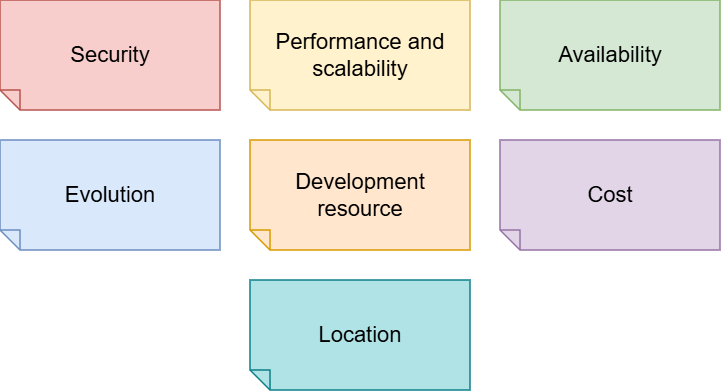
This is chapter-13/figure-13.02.drawio.png from software-architecture-guild/modeling-software-architecture, a draw.io export, as it was before one commit. Source tidied: cells renumbered, new cells last; positions are measured from the earlier drawing's top-left corner, leaving out a move shared by most shapes.
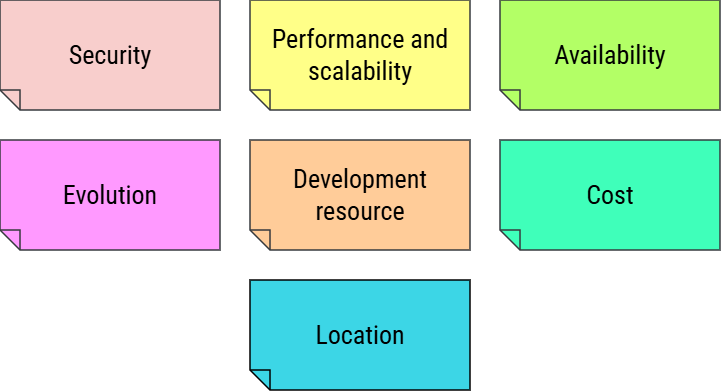
Later version of the same file.

What changed in the source:
```diff
@@ -1,26 +1,26 @@
 <mxGraphModel background="#ffffff">
   <root>
     <mxCell id="0" />
-    <mxCell id="1" parent="0" />
+    <mxCell id="1" value="Base Layer" parent="0" />
-    <mxCell id="2" value="Security" style="shape=note;whiteSpace=wrap;html=1;backgroundOutline=1;fillColor=#f8cecc;strokeColor=#b85450;direction=west;size=20;shadow=0;fontFamily=Arial;fontSize=22;align=center;verticalAlign=middle;spacing=12;strokeWidth=1.5;" parent="1" vertex="1">
+    <mxCell id="2" value="Security" style="shape=note;whiteSpace=wrap;html=1;backgroundOutline=1;fillColor=#F8CECC;strokeColor=#36393d;direction=west;size=20;shadow=0;fontFamily=Roboto Condensed;fontSize=26;align=center;verticalAlign=middle;spacing=12;strokeWidth=1.5;fontSource=https%3A%2F%2Ffonts.googleapis.com%2Fcss%3Ffamily%3DRoboto%2BCondensed;" parent="1" vertex="1">
       <mxGeometry width="220" height="110" as="geometry" />
     </mxCell>
-    <mxCell id="3" value="Performance and&lt;br&gt;scalability" style="shape=note;whiteSpace=wrap;html=1;backgroundOutline=1;fillColor=#fff2cc;strokeColor=#d6b656;direction=west;size=20;shadow=0;fontFamily=Arial;fontSize=22;align=center;verticalAlign=middle;spacing=12;strokeWidth=1.5;" parent="1" vertex="1">
+    <mxCell id="3" value="Performance and&lt;br&gt;scalability" style="shape=note;whiteSpace=wrap;html=1;backgroundOutline=1;fillColor=#ffff88;strokeColor=#36393d;direction=west;size=20;shadow=0;fontFamily=Roboto Condensed;fontSize=26;align=center;verticalAlign=middle;spacing=12;strokeWidth=1.5;fontSource=https%3A%2F%2Ffonts.googleapis.com%2Fcss%3Ffamily%3DRoboto%2BCondensed;" parent="1" vertex="1">
       <mxGeometry x="250" width="220" height="110" as="geometry" />
     </mxCell>
-    <mxCell id="4" value="Availability" style="shape=note;whiteSpace=wrap;html=1;backgroundOutline=1;fillColor=#d5e8d4;strokeColor=#82b366;direction=west;size=20;shadow=0;fontFamily=Arial;fontSize=22;align=center;verticalAlign=middle;spacing=12;strokeWidth=1.5;" parent="1" vertex="1">
+    <mxCell id="4" value="Availability" style="shape=note;whiteSpace=wrap;html=1;backgroundOutline=1;fillColor=#B3FF66;strokeColor=#36393d;direction=west;size=20;shadow=0;fontFamily=Roboto Condensed;fontSize=26;align=center;verticalAlign=middle;spacing=12;strokeWidth=1.5;fontSource=https%3A%2F%2Ffonts.googleapis.com%2Fcss%3Ffamily%3DRoboto%2BCondensed;" parent="1" vertex="1">
       <mxGeometry x="500" width="220" height="110" as="geometry" />
     </mxCell>
-    <mxCell id="5" value="Evolution" style="shape=note;whiteSpace=wrap;html=1;backgroundOutline=1;fillColor=#dae8fc;strokeColor=#6c8ebf;direction=west;size=20;shadow=0;fontFamily=Arial;fontSize=22;align=center;verticalAlign=middle;spacing=12;strokeWidth=1.5;" parent="1" vertex="1">
+    <mxCell id="5" value="Evolution" style="shape=note;whiteSpace=wrap;html=1;backgroundOutline=1;fillColor=#FF99FF;strokeColor=#36393d;direction=west;size=20;shadow=0;fontFamily=Roboto Condensed;fontSize=26;align=center;verticalAlign=middle;spacing=12;strokeWidth=1.5;fontSource=https%3A%2F%2Ffonts.googleapis.com%2Fcss%3Ffamily%3DRoboto%2BCondensed;" parent="1" vertex="1">
       <mxGeometry y="140" width="220" height="110" as="geometry" />
     </mxCell>
-    <mxCell id="6" value="Development&lt;br&gt;resource" style="shape=note;whiteSpace=wrap;html=1;backgroundOutline=1;fillColor=#ffe6cc;strokeColor=#d79b00;direction=west;size=20;shadow=0;fontFamily=Arial;fontSize=22;align=center;verticalAlign=middle;spacing=12;strokeWidth=1.5;" parent="1" vertex="1">
+    <mxCell id="6" value="Development&lt;br&gt;resource" style="shape=note;whiteSpace=wrap;html=1;backgroundOutline=1;fillColor=#ffcc99;strokeColor=#36393d;direction=west;size=20;shadow=0;fontFamily=Roboto Condensed;fontSize=26;align=center;verticalAlign=middle;spacing=12;strokeWidth=1.5;fontSource=https%3A%2F%2Ffonts.googleapis.com%2Fcss%3Ffamily%3DRoboto%2BCondensed;" parent="1" vertex="1">
       <mxGeometry x="250" y="140" width="220" height="110" as="geometry" />
     </mxCell>
-    <mxCell id="7" value="Cost" style="shape=note;whiteSpace=wrap;html=1;backgroundOutline=1;fillColor=#e1d5e7;strokeColor=#9673a6;direction=west;size=20;shadow=0;fontFamily=Arial;fontSize=22;align=center;verticalAlign=middle;spacing=12;strokeWidth=1.5;" parent="1" vertex="1">
+    <mxCell id="7" value="Cost" style="shape=note;whiteSpace=wrap;html=1;backgroundOutline=1;fillColor=#3FFFBA;strokeColor=#36393d;direction=west;size=20;shadow=0;fontFamily=Roboto Condensed;fontSize=26;align=center;verticalAlign=middle;spacing=12;strokeWidth=1.5;fontSource=https%3A%2F%2Ffonts.googleapis.com%2Fcss%3Ffamily%3DRoboto%2BCondensed;" parent="1" vertex="1">
       <mxGeometry x="500" y="140" width="220" height="110" as="geometry" />
     </mxCell>
-    <mxCell id="8" value="Location" style="shape=note;whiteSpace=wrap;html=1;backgroundOutline=1;fillColor=#b0e3e6;strokeColor=#0e8088;direction=west;size=20;shadow=0;fontFamily=Arial;fontSize=22;align=center;verticalAlign=middle;spacing=12;strokeWidth=1.5;" parent="1" vertex="1">
+    <mxCell id="8" value="Location" style="shape=note;whiteSpace=wrap;html=1;backgroundOutline=1;fillColor=#3CD6E6;strokeColor=#000000;direction=west;size=20;shadow=0;fontFamily=Roboto Condensed;fontSize=26;align=center;verticalAlign=middle;spacing=12;strokeWidth=1.5;fontSource=https%3A%2F%2Ffonts.googleapis.com%2Fcss%3Ffamily%3DRoboto%2BCondensed;" parent="1" vertex="1">
       <mxGeometry x="250" y="280" width="220" height="110" as="geometry" />
     </mxCell>
   </root>
```
